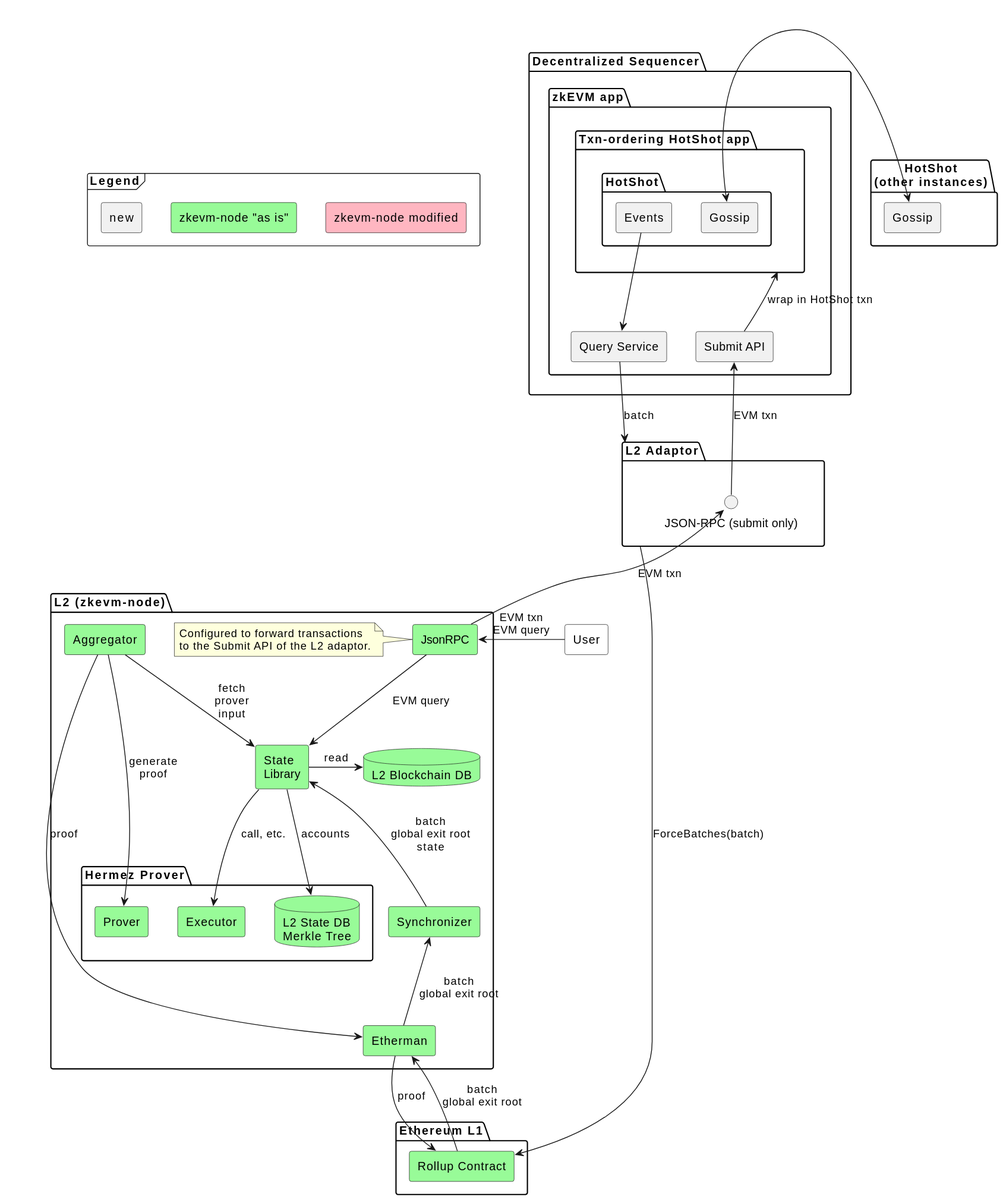
This is doc/architecture_phase1.svg from EspressoSystems/espresso-polygon-zkevm-demo, a PlantUML export, as it was before one commit.
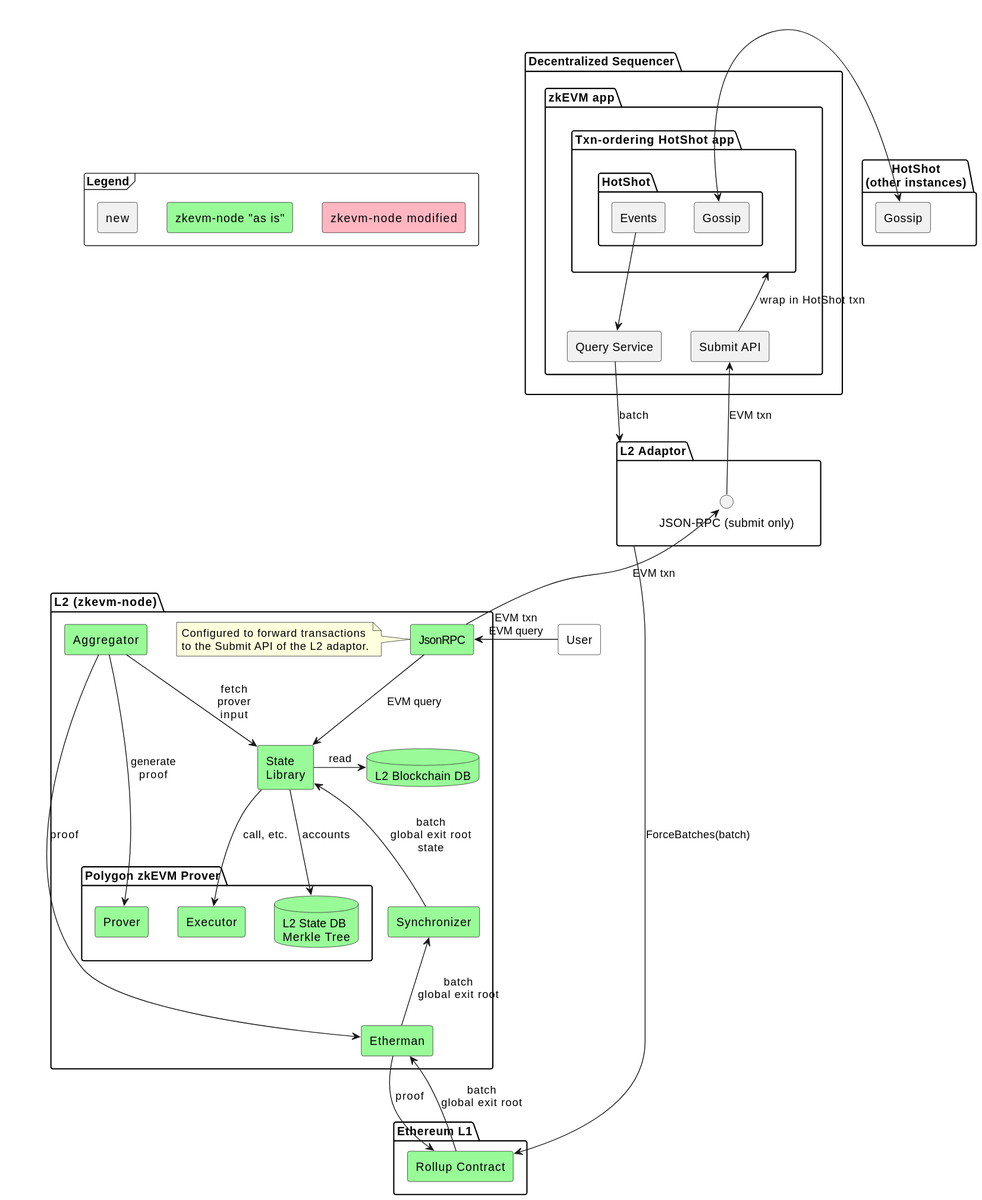
The same diagram one commit later.

Change to the diagram source:
```diff
@@ -46,7 +46,7 @@
   database L2DB #PaleGreen [
     L2 Blockchain DB
   ]
-  package "Hermez Prover" as HermezProver {
+  package "Polygon zkEVM Prover" as HermezProver {
     component Prover #PaleGreen
     component Executor #PaleGreen
     database Tree #PaleGreen [
```
